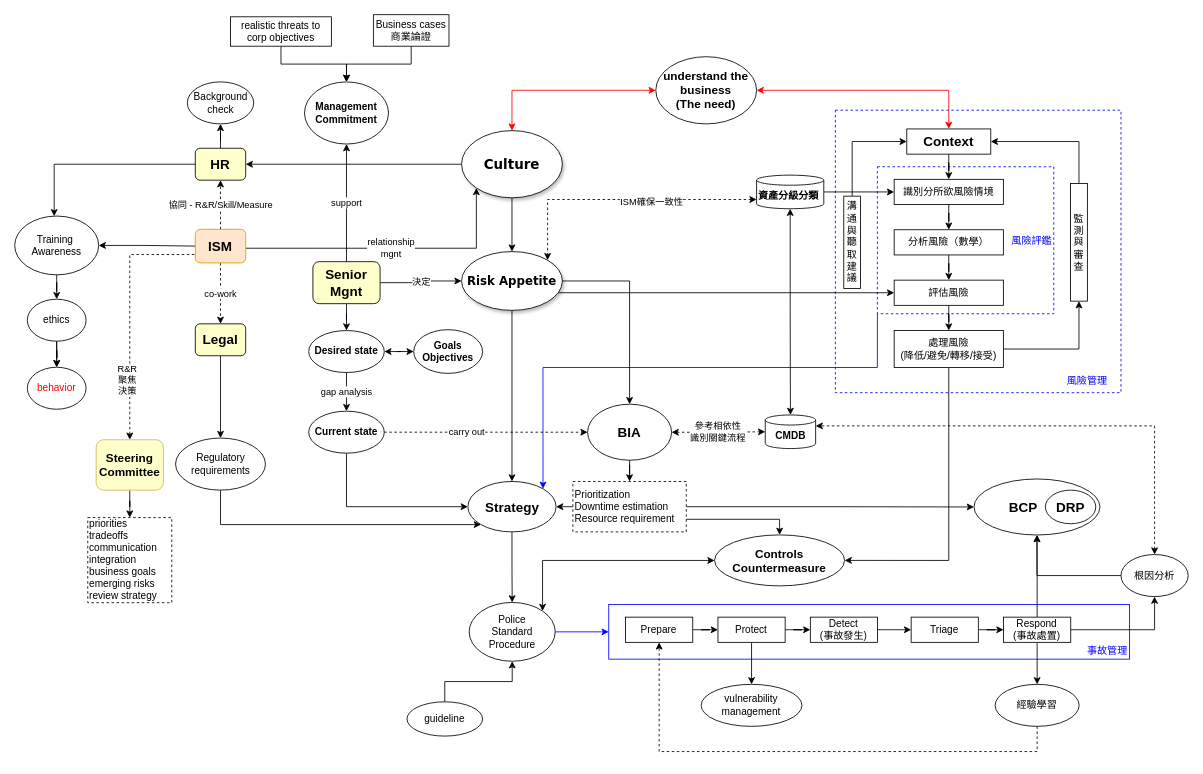
Before: Untitled Diagram.drawio in digipenguin/machinelearn-ndu, a draw.io diagram. Source tidied: cells renumbered, new cells numbered last; positions are measured from the earlier drawing's top-left corner, leaving out a move shared by most shapes. Both pictures are drawn from the tidied source at 84%, with x=0, y=0 at pixel (14, 14).
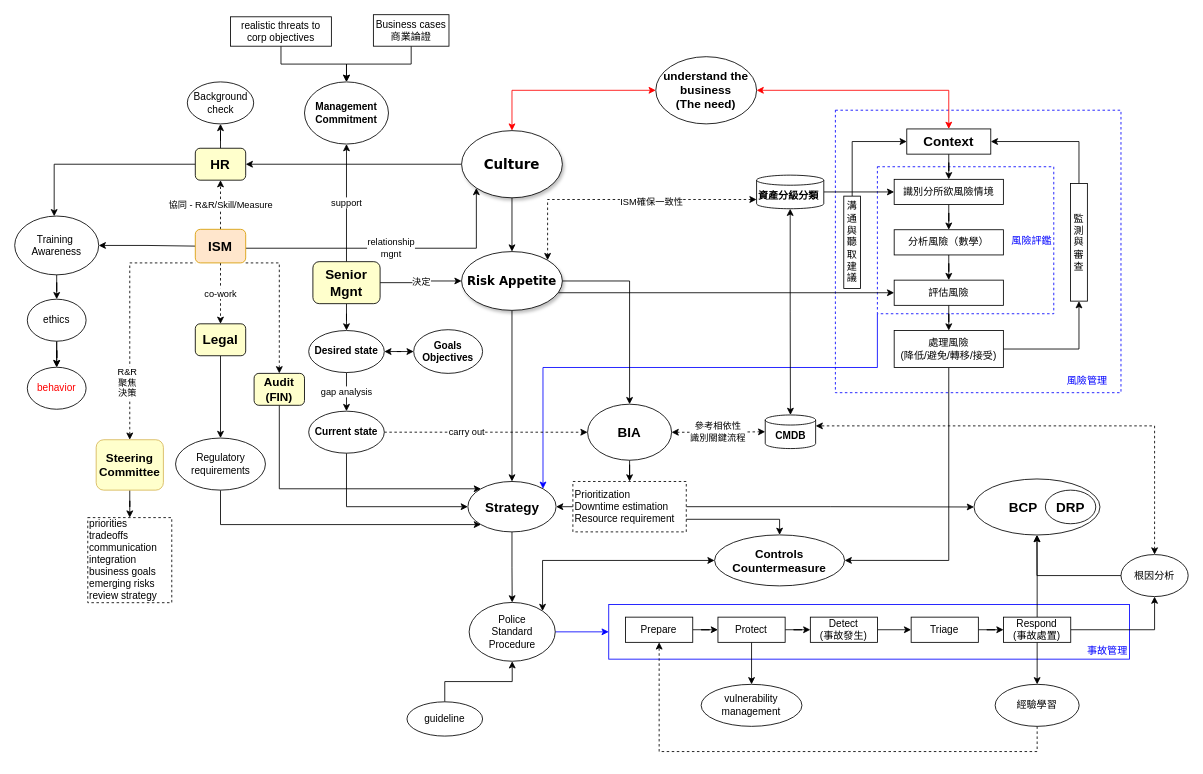
After the change.

Unchanged cells that the change refers to:
```xml
<mxCell id="15" value="&lt;b&gt;&lt;font style=&quot;font-size: 16px&quot;&gt;Strategy&lt;/font&gt;&lt;/b&gt;" style="ellipse;whiteSpace=wrap;html=1;" parent="1" vertex="1">
  <mxGeometry x="539.5" y="555.7" width="105" height="60" as="geometry" />
</mxCell>
<mxCell id="28" value="&lt;b&gt;&lt;font style=&quot;font-size: 16px&quot;&gt;ISM&lt;/font&gt;&lt;/b&gt;" style="rounded=1;whiteSpace=wrap;html=1;fillColor=#ffe6cc;strokeColor=#d79b00;" parent="1" vertex="1">
  <mxGeometry x="215" y="255.5" width="60" height="40" as="geometry" />
</mxCell>
<mxCell id="111" value="&lt;b style=&quot;font-size: 14px&quot;&gt;Steering&lt;br&gt;Committee&lt;/b&gt;" style="rounded=1;whiteSpace=wrap;html=1;strokeColor=#d6b656;fillColor=#FFFFCC;" parent="1" vertex="1">
  <mxGeometry x="97" y="506" width="80" height="60" as="geometry" />
</mxCell>
```

What changed in the source:
```diff
@@
+    <mxCell id="114" style="edgeStyle=orthogonalEdgeStyle;rounded=0;jettySize=auto;html=1;entryX=0.5;entryY=0;entryDx=0;entryDy=0;dashed=1;exitX=1;exitY=1;exitDx=0;exitDy=0;" parent="1" edge="1" source="28" target="116">
+      <mxGeometry relative="1" as="geometry">
+        <Array as="points">
+          <mxPoint x="315" y="296" />
+        </Array>
+      </mxGeometry>
+    </mxCell>
@@
-    <mxCell id="109" style="edgeStyle=orthogonalEdgeStyle;rounded=0;jettySize=auto;html=1;entryX=0;entryY=0.75;entryDx=0;entryDy=0;startArrow=classic;startFill=1;exitX=0.5;exitY=0;exitDx=0;exitDy=0;endArrow=none;endFill=0;dashed=1;" parent="1" edge="1" source="111" target="28">
-      <mxGeometry relative="1" as="geometry" />
+    <mxCell id="109" style="edgeStyle=orthogonalEdgeStyle;rounded=0;jettySize=auto;html=1;entryX=0;entryY=1;entryDx=0;entryDy=0;startArrow=classic;startFill=1;exitX=0.5;exitY=0;exitDx=0;exitDy=0;endArrow=none;endFill=0;dashed=1;" parent="1" edge="1" source="111" target="28">
+      <mxGeometry relative="1" as="geometry">
+        <Array as="points">
+          <mxPoint x="137" y="296" />
+        </Array>
+      </mxGeometry>
     </mxCell>
@@
+    <mxCell id="115" style="edgeStyle=orthogonalEdgeStyle;rounded=0;jettySize=auto;html=1;entryX=0;entryY=0;entryDx=0;entryDy=0;" parent="1" edge="1" source="116" target="15">
+      <mxGeometry relative="1" as="geometry">
+        <Array as="points">
+          <mxPoint x="315" y="564" />
+        </Array>
+      </mxGeometry>
+    </mxCell>
+    <mxCell id="116" value="&lt;b style=&quot;font-size: 14px&quot;&gt;&lt;font style=&quot;font-size: 14px&quot;&gt;Audit&lt;br&gt;(FIN)&lt;br&gt;&lt;/font&gt;&lt;/b&gt;" style="rounded=1;whiteSpace=wrap;html=1;fillColor=#FFFFCC;" parent="1" vertex="1">
+      <mxGeometry x="285" y="427" width="60" height="38" as="geometry" />
+    </mxCell>
```
